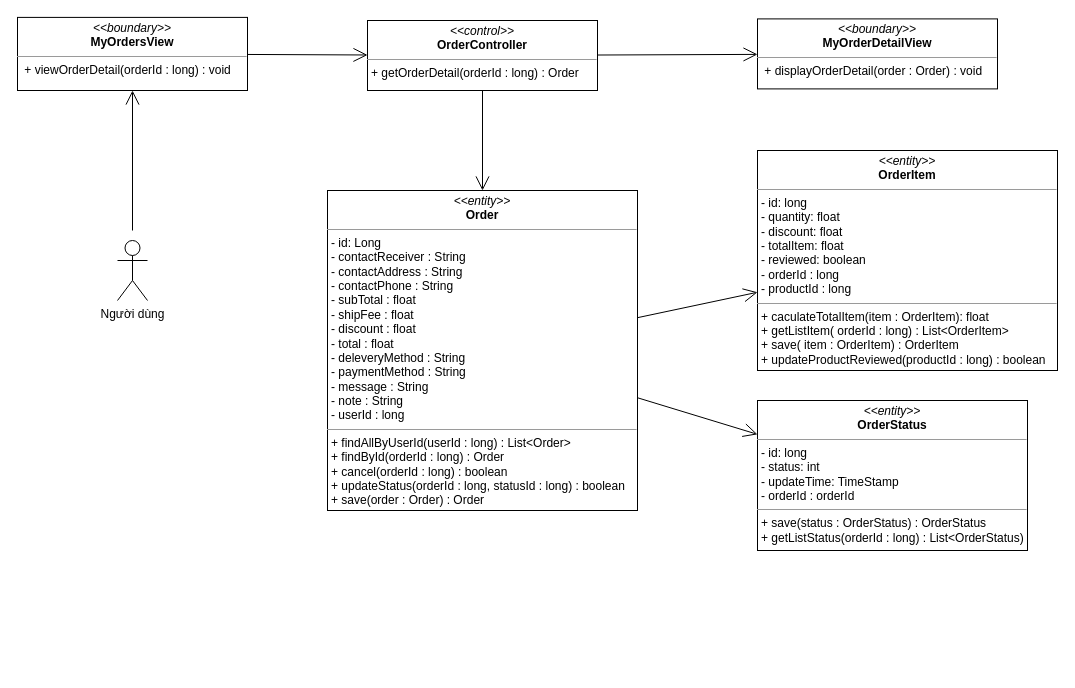
The draw.io diagram class diagram/get-order-detail-history-class-diagram.drawio in nguyenphamvan/datn_20202, before the edit. Source tidied: cells renumbered, new cells numbered last; positions are measured from the earlier drawing's top-left corner, leaving out a move shared by most shapes. Both pictures are drawn from the tidied source at 100%, with x=0, y=0 at pixel (17, 17).
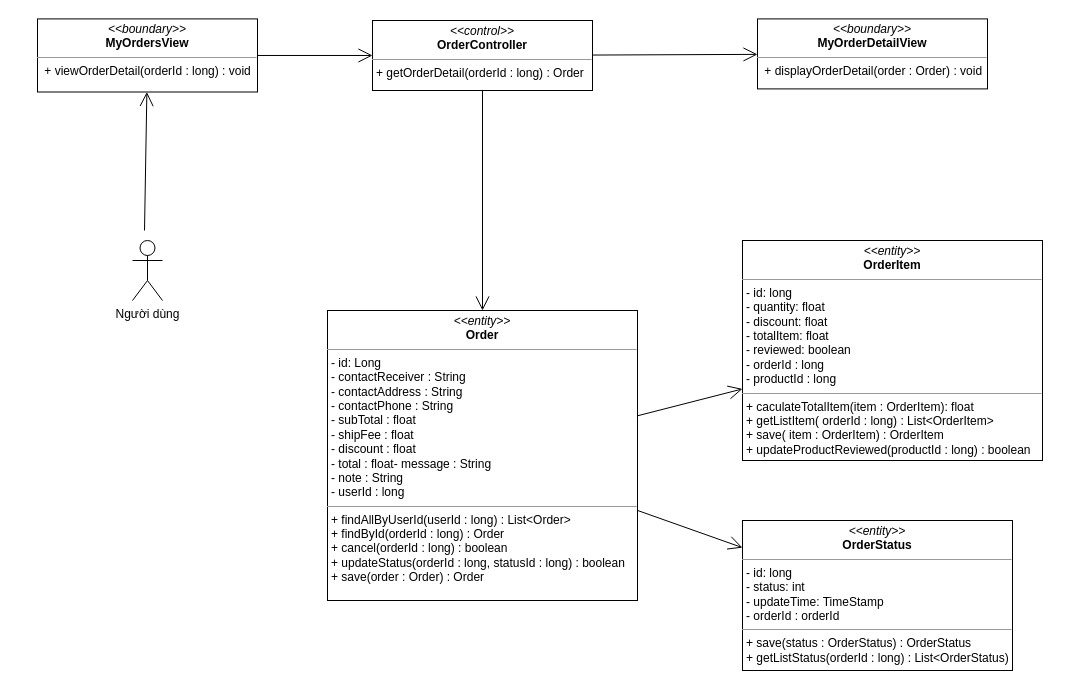
After the change.

The edit, as a diff of the source:
```diff
@@
 <mxGraphModel>
   <root>
     <mxCell id="0" />
     <mxCell id="1" parent="0" />
     <mxCell id="2" value="&lt;p style=&quot;margin: 0px ; margin-top: 4px ; text-align: center&quot;&gt;&lt;i&gt;&amp;lt;&amp;lt;boundary&amp;gt;&amp;gt;&lt;/i&gt;&lt;br&gt;&lt;b&gt;MyOrderDetailView&lt;/b&gt;&lt;/p&gt;&lt;hr size=&quot;1&quot;&gt;&lt;p style=&quot;margin: 0px ; margin-left: 4px&quot;&gt;&lt;span&gt;&amp;nbsp;&lt;/span&gt;&lt;span&gt;+ displayOrderDetail(order : Order) : void&lt;/span&gt;&lt;/p&gt;" style="verticalAlign=top;align=left;overflow=fill;fontSize=12;fontFamily=Helvetica;html=1;" parent="1" vertex="1">
-      <mxGeometry x="740" y="1.4" width="240" height="70" as="geometry" />
+      <mxGeometry x="740" y="1.4" width="230" height="70" as="geometry" />
     </mxCell>
     <mxCell id="3" value="&lt;p style=&quot;margin: 0px ; margin-top: 4px ; text-align: center&quot;&gt;&lt;i&gt;&amp;lt;&amp;lt;control&amp;gt;&amp;gt;&lt;/i&gt;&lt;br&gt;&lt;b&gt;OrderController&lt;/b&gt;&lt;/p&gt;&lt;hr size=&quot;1&quot;&gt;&lt;p style=&quot;margin: 0px ; margin-left: 4px&quot;&gt;+ getOrderDetail(orderId : long) : Order&lt;br&gt;&lt;/p&gt;" style="verticalAlign=top;align=left;overflow=fill;fontSize=12;fontFamily=Helvetica;html=1;" parent="1" vertex="1">
-      <mxGeometry x="350" y="3" width="230" height="70" as="geometry" />
+      <mxGeometry x="355" y="3" width="220" height="70" as="geometry" />
     </mxCell>
     <mxCell id="4" style="endArrow=open;endFill=1;endSize=12;html=1;" parent="1" edge="1" source="3" target="7">
       <mxGeometry relative="1" as="geometry" />
     </mxCell>
     <mxCell id="5" value="&lt;p style=&quot;margin: 0px ; margin-top: 4px ; text-align: center&quot;&gt;&lt;i&gt;&amp;lt;&amp;lt;entity&amp;gt;&amp;gt;&lt;/i&gt;&lt;br&gt;&lt;b&gt;OrderItem&lt;/b&gt;&lt;/p&gt;&lt;hr size=&quot;1&quot;&gt;&lt;p style=&quot;margin: 0px ; margin-left: 4px&quot;&gt;- id: long&lt;/p&gt;&lt;p style=&quot;margin: 0px ; margin-left: 4px&quot;&gt;- quantity: float&lt;br&gt;- discount: float&lt;/p&gt;&lt;p style=&quot;margin: 0px ; margin-left: 4px&quot;&gt;- totalItem: float&lt;/p&gt;&lt;p style=&quot;margin: 0px ; margin-left: 4px&quot;&gt;- reviewed: boolean&lt;/p&gt;&lt;p style=&quot;margin: 0px ; margin-left: 4px&quot;&gt;- orderId : long&lt;/p&gt;&lt;p style=&quot;margin: 0px ; margin-left: 4px&quot;&gt;- productId : long&lt;/p&gt;&lt;hr size=&quot;1&quot;&gt;&lt;p style=&quot;margin: 0px 0px 0px 4px&quot;&gt;+ caculateTotalItem(item : OrderItem): float&lt;br&gt;&lt;/p&gt;&lt;p style=&quot;margin: 0px 0px 0px 4px&quot;&gt;+ getListItem( orderId : long) : List&amp;lt;OrderItem&amp;gt;&lt;br&gt;&lt;/p&gt;&lt;p style=&quot;margin: 0px 0px 0px 4px&quot;&gt;+ save( item : OrderItem) : OrderItem&lt;/p&gt;&lt;p style=&quot;margin: 0px 0px 0px 4px&quot;&gt;+ updateProductReviewed(productId : long) : boolean&lt;/p&gt;" style="verticalAlign=top;align=left;overflow=fill;fontSize=12;fontFamily=Helvetica;html=1;" parent="1" vertex="1">
-      <mxGeometry x="740" y="133" width="300" height="220" as="geometry" />
+      <mxGeometry x="725" y="223" width="300" height="220" as="geometry" />
     </mxCell>
     <mxCell id="6" value="&lt;p style=&quot;margin: 0px ; margin-top: 4px ; text-align: center&quot;&gt;&lt;i&gt;&amp;lt;&amp;lt;entity&amp;gt;&amp;gt;&lt;/i&gt;&lt;br&gt;&lt;b&gt;OrderStatus&lt;/b&gt;&lt;/p&gt;&lt;hr size=&quot;1&quot;&gt;&lt;p style=&quot;margin: 0px ; margin-left: 4px&quot;&gt;- id: long&lt;/p&gt;&lt;p style=&quot;margin: 0px ; margin-left: 4px&quot;&gt;- status: int&lt;br&gt;- updateTime: TimeStamp&lt;/p&gt;&lt;p style=&quot;margin: 0px ; margin-left: 4px&quot;&gt;- orderId : orderId&lt;/p&gt;&lt;hr size=&quot;1&quot;&gt;&lt;p style=&quot;margin: 0px ; margin-left: 4px&quot;&gt;+ save(status : OrderStatus) : OrderStatus&lt;/p&gt;&lt;p style=&quot;margin: 0px ; margin-left: 4px&quot;&gt;+ getListStatus(orderId : long) : List&amp;lt;OrderStatus)&lt;/p&gt;" style="verticalAlign=top;align=left;overflow=fill;fontSize=12;fontFamily=Helvetica;html=1;" parent="1" vertex="1">
-      <mxGeometry x="740" y="383" width="270" height="150" as="geometry" />
+      <mxGeometry x="725" y="503" width="270" height="150" as="geometry" />
     </mxCell>
-    <mxCell id="7" value="&lt;p style=&quot;margin: 0px ; margin-top: 4px ; text-align: center&quot;&gt;&lt;i&gt;&amp;lt;&amp;lt;entity&amp;gt;&amp;gt;&lt;/i&gt;&lt;br&gt;&lt;b&gt;Order&lt;/b&gt;&lt;/p&gt;&lt;hr size=&quot;1&quot;&gt;&lt;p style=&quot;margin: 0px ; margin-left: 4px&quot;&gt;- id: Long&lt;/p&gt;&lt;p style=&quot;margin: 0px ; margin-left: 4px&quot;&gt;- contactReceiver : String&lt;/p&gt;&lt;p style=&quot;margin: 0px ; margin-left: 4px&quot;&gt;- contactAddress : String&lt;/p&gt;&lt;p style=&quot;margin: 0px ; margin-left: 4px&quot;&gt;- contactPhone : String&lt;/p&gt;&lt;p style=&quot;margin: 0px 0px 0px 4px&quot;&gt;- subTotal : float&lt;/p&gt;&lt;p style=&quot;margin: 0px 0px 0px 4px&quot;&gt;- shipFee : float&lt;/p&gt;&lt;p style=&quot;margin: 0px 0px 0px 4px&quot;&gt;- discount : float&lt;/p&gt;&lt;p style=&quot;margin: 0px 0px 0px 4px&quot;&gt;- total : float&lt;/p&gt;&lt;p style=&quot;margin: 0px 0px 0px 4px&quot;&gt;- deleveryMethod : String&lt;/p&gt;&lt;p style=&quot;margin: 0px 0px 0px 4px&quot;&gt;- paymentMethod : String&lt;/p&gt;&lt;p style=&quot;margin: 0px 0px 0px 4px&quot;&gt;- message : String&lt;/p&gt;&lt;p style=&quot;margin: 0px 0px 0px 4px&quot;&gt;- note : String&lt;/p&gt;&lt;p style=&quot;margin: 0px 0px 0px 4px&quot;&gt;- userId : long&lt;/p&gt;&lt;hr size=&quot;1&quot;&gt;&lt;p style=&quot;margin: 0px 0px 0px 4px&quot;&gt;+ findAllByUserId(userId : long) : List&amp;lt;Order&amp;gt;&lt;/p&gt;&lt;p style=&quot;margin: 0px 0px 0px 4px&quot;&gt;+ findById(orderId : long) : Order&lt;br&gt;&lt;/p&gt;&lt;p style=&quot;margin: 0px 0px 0px 4px&quot;&gt;+ cancel(orderId : long) : boolean&lt;br&gt;&lt;/p&gt;&lt;p style=&quot;margin: 0px 0px 0px 4px&quot;&gt;+ updateStatus(orderId : long, statusId : long) : boolean&lt;/p&gt;&lt;p style=&quot;margin: 0px 0px 0px 4px&quot;&gt;+ save(order : Order) : Order&lt;/p&gt;" style="verticalAlign=top;align=left;overflow=fill;fontSize=12;fontFamily=Helvetica;html=1;" parent="1" vertex="1">
-      <mxGeometry x="310" y="173" width="310" height="320" as="geometry" />
+    <mxCell id="7" value="&lt;p style=&quot;margin: 0px ; margin-top: 4px ; text-align: center&quot;&gt;&lt;i&gt;&amp;lt;&amp;lt;entity&amp;gt;&amp;gt;&lt;/i&gt;&lt;br&gt;&lt;b&gt;Order&lt;/b&gt;&lt;/p&gt;&lt;hr size=&quot;1&quot;&gt;&lt;p style=&quot;margin: 0px ; margin-left: 4px&quot;&gt;- id: Long&lt;/p&gt;&lt;p style=&quot;margin: 0px ; margin-left: 4px&quot;&gt;- contactReceiver : String&lt;/p&gt;&lt;p style=&quot;margin: 0px ; margin-left: 4px&quot;&gt;- contactAddress : String&lt;/p&gt;&lt;p style=&quot;margin: 0px ; margin-left: 4px&quot;&gt;- contactPhone : String&lt;/p&gt;&lt;p style=&quot;margin: 0px 0px 0px 4px&quot;&gt;- subTotal : float&lt;/p&gt;&lt;p style=&quot;margin: 0px 0px 0px 4px&quot;&gt;- shipFee : float&lt;/p&gt;&lt;p style=&quot;margin: 0px 0px 0px 4px&quot;&gt;- discount : float&lt;/p&gt;&lt;p style=&quot;margin: 0px 0px 0px 4px&quot;&gt;- total : float&lt;span&gt;- message : String&lt;/span&gt;&lt;/p&gt;&lt;p style=&quot;margin: 0px 0px 0px 4px&quot;&gt;- note : String&lt;/p&gt;&lt;p style=&quot;margin: 0px 0px 0px 4px&quot;&gt;- userId : long&lt;/p&gt;&lt;hr size=&quot;1&quot;&gt;&lt;p style=&quot;margin: 0px 0px 0px 4px&quot;&gt;+ findAllByUserId(userId : long) : List&amp;lt;Order&amp;gt;&lt;/p&gt;&lt;p style=&quot;margin: 0px 0px 0px 4px&quot;&gt;+ findById(orderId : long) : Order&lt;br&gt;&lt;/p&gt;&lt;p style=&quot;margin: 0px 0px 0px 4px&quot;&gt;+ cancel(orderId : long) : boolean&lt;br&gt;&lt;/p&gt;&lt;p style=&quot;margin: 0px 0px 0px 4px&quot;&gt;+ updateStatus(orderId : long, statusId : long) : boolean&lt;/p&gt;&lt;p style=&quot;margin: 0px 0px 0px 4px&quot;&gt;+ save(order : Order) : Order&lt;/p&gt;" style="verticalAlign=top;align=left;overflow=fill;fontSize=12;fontFamily=Helvetica;html=1;" parent="1" vertex="1">
+      <mxGeometry x="310" y="293" width="310" height="290" as="geometry" />
     </mxCell>
     <mxCell id="8" value="&lt;p style=&quot;margin: 0px ; margin-top: 4px ; text-align: center&quot;&gt;&lt;i&gt;&amp;lt;&amp;lt;boundary&amp;gt;&amp;gt;&lt;/i&gt;&lt;br&gt;&lt;b&gt;MyOrdersView&lt;/b&gt;&lt;/p&gt;&lt;hr size=&quot;1&quot;&gt;&lt;p style=&quot;margin: 0px ; margin-left: 4px&quot;&gt;&lt;span&gt;&amp;nbsp;&lt;/span&gt;&lt;span&gt;+ viewOrderDetail(orderId : long) : void&lt;/span&gt;&lt;/p&gt;" style="verticalAlign=top;align=left;overflow=fill;fontSize=12;fontFamily=Helvetica;html=1;" parent="1" vertex="1">
-      <mxGeometry y="-0.1" width="230" height="73.1" as="geometry" />
+      <mxGeometry x="20" y="1.4" width="220" height="73.1" as="geometry" />
     </mxCell>
     <mxCell id="9" style="endArrow=open;endFill=1;endSize=12;html=1;" parent="1" edge="1" source="8" target="3">
       <mxGeometry relative="1" as="geometry" />
     </mxCell>
     <mxCell id="10" style="endArrow=open;endFill=1;endSize=12;html=1;" parent="1" edge="1" source="7" target="6">
       <mxGeometry relative="1" as="geometry" />
     </mxCell>
     <mxCell id="11" style="endArrow=open;endFill=1;endSize=12;html=1;" parent="1" edge="1" source="7" target="5">
       <mxGeometry relative="1" as="geometry" />
     </mxCell>
     <mxCell id="12" style="endArrow=open;endFill=1;endSize=12;html=1;" parent="1" edge="1" source="3" target="2">
       <mxGeometry relative="1" as="geometry" />
     </mxCell>
     <mxCell id="13" value="Người dùng" style="shape=umlActor;verticalLabelPosition=bottom;verticalAlign=top;html=1;" parent="1" vertex="1">
-      <mxGeometry x="100" y="223" width="30" height="60" as="geometry" />
+      <mxGeometry x="115" y="223" width="30" height="60" as="geometry" />
     </mxCell>
     <mxCell id="14" style="endArrow=open;endFill=1;endSize=12;html=1;" parent="1" edge="1" target="8">
       <mxGeometry relative="1" as="geometry">
-        <mxPoint x="115" y="213" as="sourcePoint" />
+        <mxPoint x="127" y="213" as="sourcePoint" />
       </mxGeometry>
     </mxCell>
   </root>
 </mxGraphModel>
```
